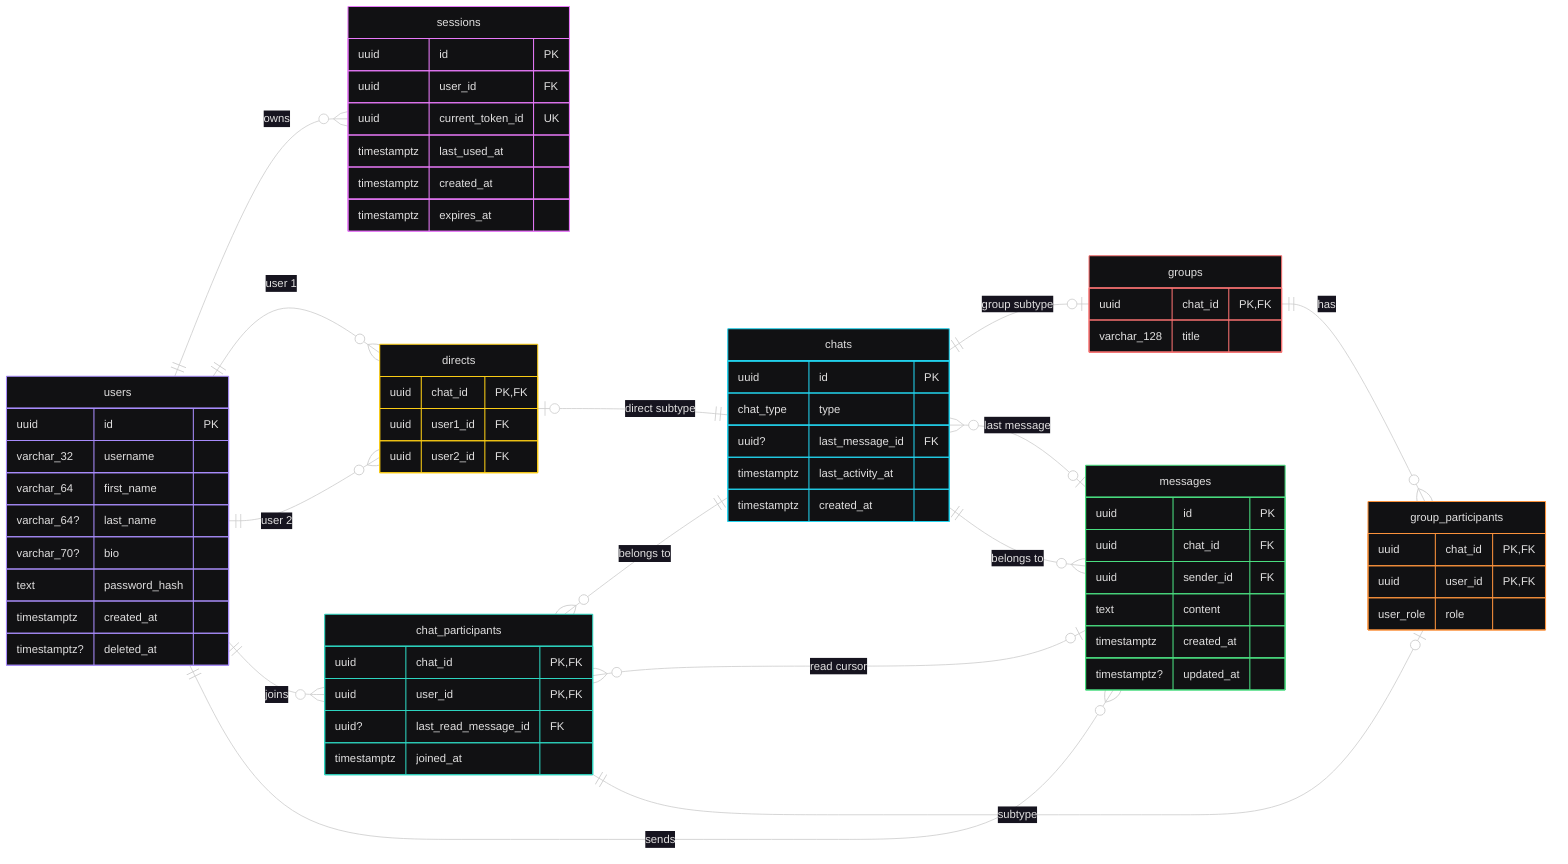
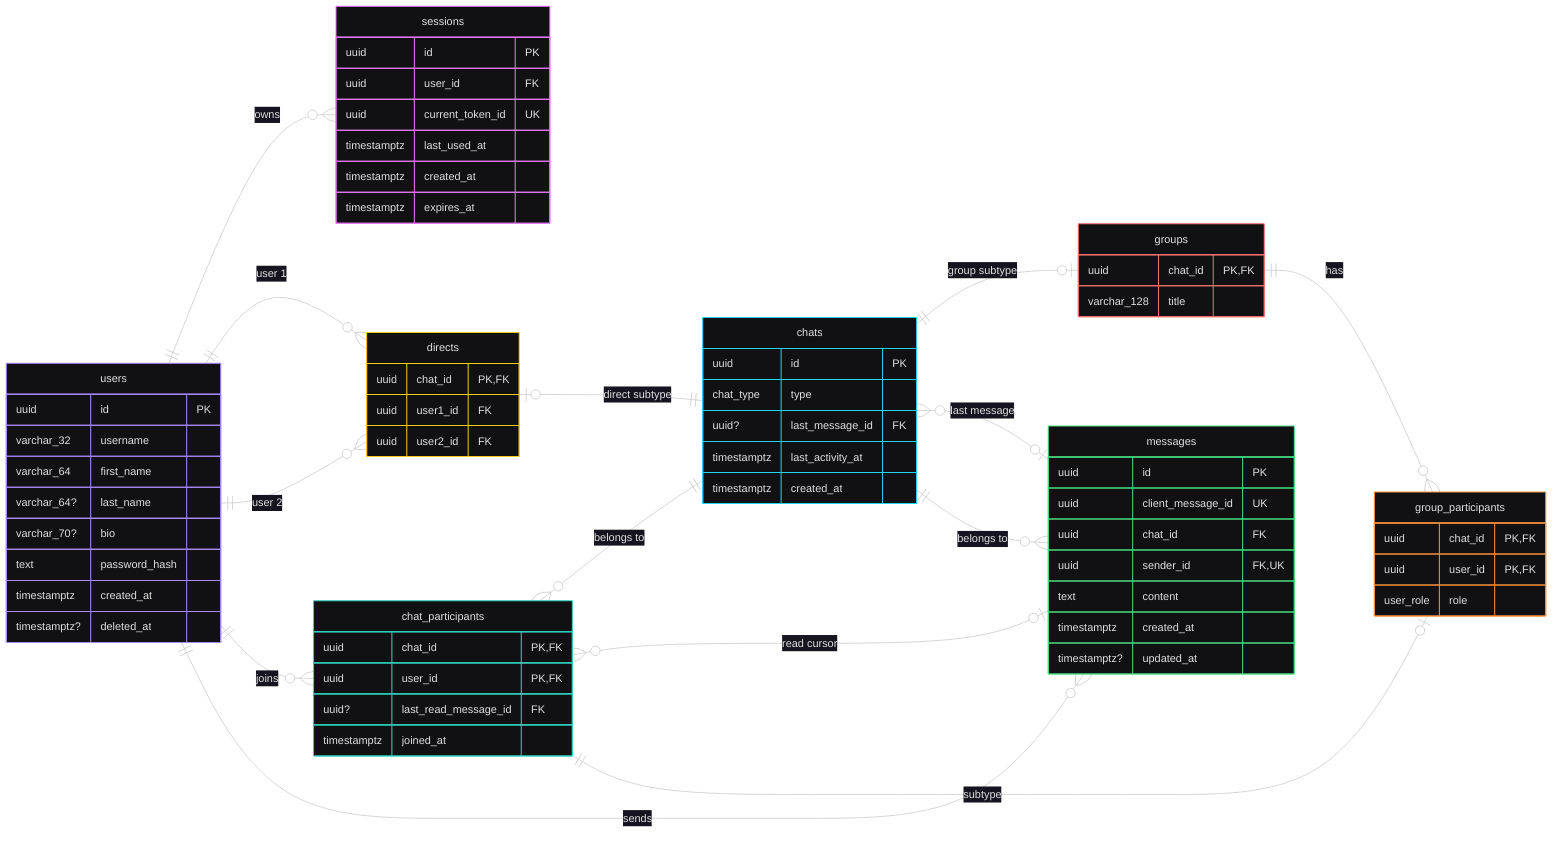
---
config:
    theme: redux-dark-color
---
erDiagram
    direction LR

    SESSIONS["sessions"] {
        uuid id PK
        uuid user_id FK
        uuid current_token_id UK
        timestamptz last_used_at
        timestamptz created_at
        timestamptz expires_at
    }

    CHAT_PARTICIPANTS["chat_participants"] {
        uuid chat_id PK,FK
        uuid user_id PK,FK
        uuid? last_read_message_id FK
        timestamptz joined_at
    }

    GROUP_PARTICIPANTS["group_participants"] {
        uuid chat_id PK,FK
        uuid user_id PK,FK
        user_role role
    }

    CHATS["chats"] {
        uuid id PK
        chat_type type
        uuid? last_message_id FK
        timestamptz last_activity_at
        timestamptz created_at
    }

    MESSAGES["messages"] {
        uuid id PK
+         uuid client_message_id UK
        uuid chat_id FK
-         uuid sender_id FK
+         uuid sender_id FK,UK
        text content
        timestamptz created_at
        timestamptz? updated_at
    }

    USERS["users"] {
        uuid id PK
        varchar_32 username
        varchar_64 first_name
        varchar_64? last_name
        varchar_70? bio
        text password_hash
        timestamptz created_at
        timestamptz? deleted_at
    }

    GROUPS["groups"] {
        uuid chat_id PK,FK
        varchar_128 title
    }

    DIRECTS["directs"] {
        uuid chat_id PK,FK
        uuid user1_id FK
        uuid user2_id FK
    }

    USERS ||--o{ SESSIONS : "owns"
    USERS ||--o{ DIRECTS : "user 1"
    USERS ||--o{ DIRECTS : "user 2"
    USERS ||--o{ CHAT_PARTICIPANTS : "joins"
    USERS ||--o{ MESSAGES : "sends"

    DIRECTS o|--|| CHATS : "direct subtype"
    CHATS ||--o| GROUPS : "group subtype"
    CHAT_PARTICIPANTS }o--|| CHATS : "belongs to"
    GROUPS ||--o{ GROUP_PARTICIPANTS : "has"
    GROUP_PARTICIPANTS o|--|| CHAT_PARTICIPANTS : "subtype"
    MESSAGES }o--|| CHATS : "belongs to"
    CHATS o{--o| MESSAGES : "last message"
    CHAT_PARTICIPANTS o{--o| MESSAGES : "read cursor"
